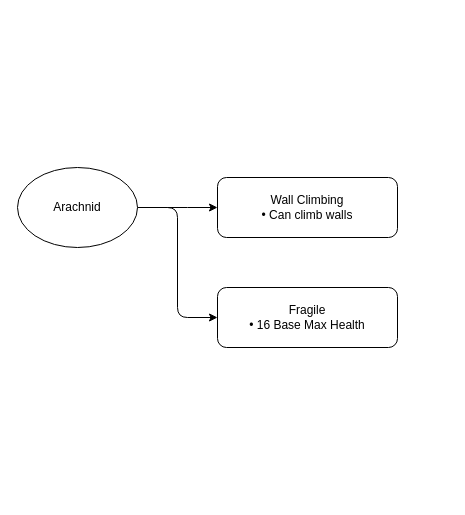
The draw.io diagram server_scripts/datapack/slimesurvival/powers/origins/arachnid/arachnid.drawio in Desynq/slime-survival-kubejs, before the edit. Source tidied: cells renumbered, new cells numbered last; positions are measured from the earlier drawing's top-left corner, leaving out a move shared by most shapes. Both pictures are drawn from the tidied source at 100%, with x=0, y=0 at pixel (17, 167).
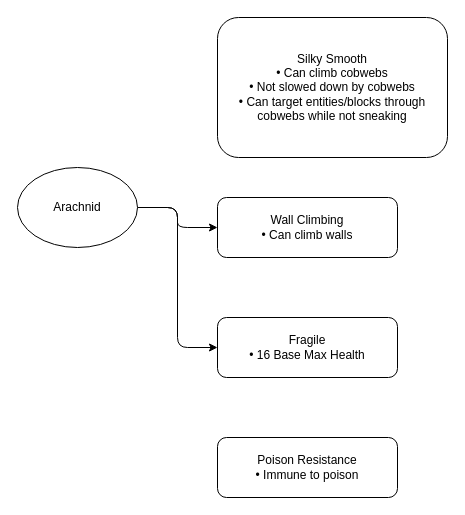
After the change.

Diff of the diagram source:
```diff
@@
 <mxGraphModel>
   <root>
     <mxCell id="0" />
     <mxCell id="1" parent="0" />
     <mxCell id="2" style="edgeStyle=elbowEdgeStyle;html=1;entryX=0;entryY=0.5;entryDx=0;entryDy=0;" parent="1" edge="1" source="4" target="5">
       <mxGeometry relative="1" as="geometry" />
     </mxCell>
     <mxCell id="3" style="edgeStyle=elbowEdgeStyle;html=1;entryX=0;entryY=0.5;entryDx=0;entryDy=0;" parent="1" edge="1" source="4" target="6">
       <mxGeometry relative="1" as="geometry" />
     </mxCell>
     <mxCell id="4" value="Arachnid" style="ellipse;whiteSpace=wrap;html=1;" parent="1" vertex="1">
       <mxGeometry width="120" height="80" as="geometry" />
     </mxCell>
     <mxCell id="5" value="Wall Climbing&lt;br&gt;• Can climb walls" style="rounded=1;whiteSpace=wrap;html=1;" parent="1" vertex="1">
-      <mxGeometry x="200" y="10" width="180" height="60" as="geometry" />
+      <mxGeometry x="200" y="30" width="180" height="60" as="geometry" />
     </mxCell>
     <mxCell id="6" value="Fragile&lt;br&gt;• 16 Base Max Health" style="rounded=1;whiteSpace=wrap;html=1;" parent="1" vertex="1">
-      <mxGeometry x="200" y="120" width="180" height="60" as="geometry" />
+      <mxGeometry x="200" y="150" width="180" height="60" as="geometry" />
     </mxCell>
+    <mxCell id="7" value="Poison Resistance&lt;br&gt;• Immune to poison" style="rounded=1;whiteSpace=wrap;html=1;" parent="1" vertex="1">
+      <mxGeometry x="200" y="270" width="180" height="60" as="geometry" />
+    </mxCell>
+    <mxCell id="8" value="Silky Smooth&lt;br&gt;• Can climb cobwebs&lt;br&gt;• Not slowed down by cobwebs&lt;br&gt;• Can target entities/blocks through cobwebs while not sneaking&lt;br&gt;" style="rounded=1;whiteSpace=wrap;html=1;" parent="1" vertex="1">
+      <mxGeometry x="200" y="-150" width="230" height="140" as="geometry" />
+    </mxCell>
   </root>
 </mxGraphModel>
```
